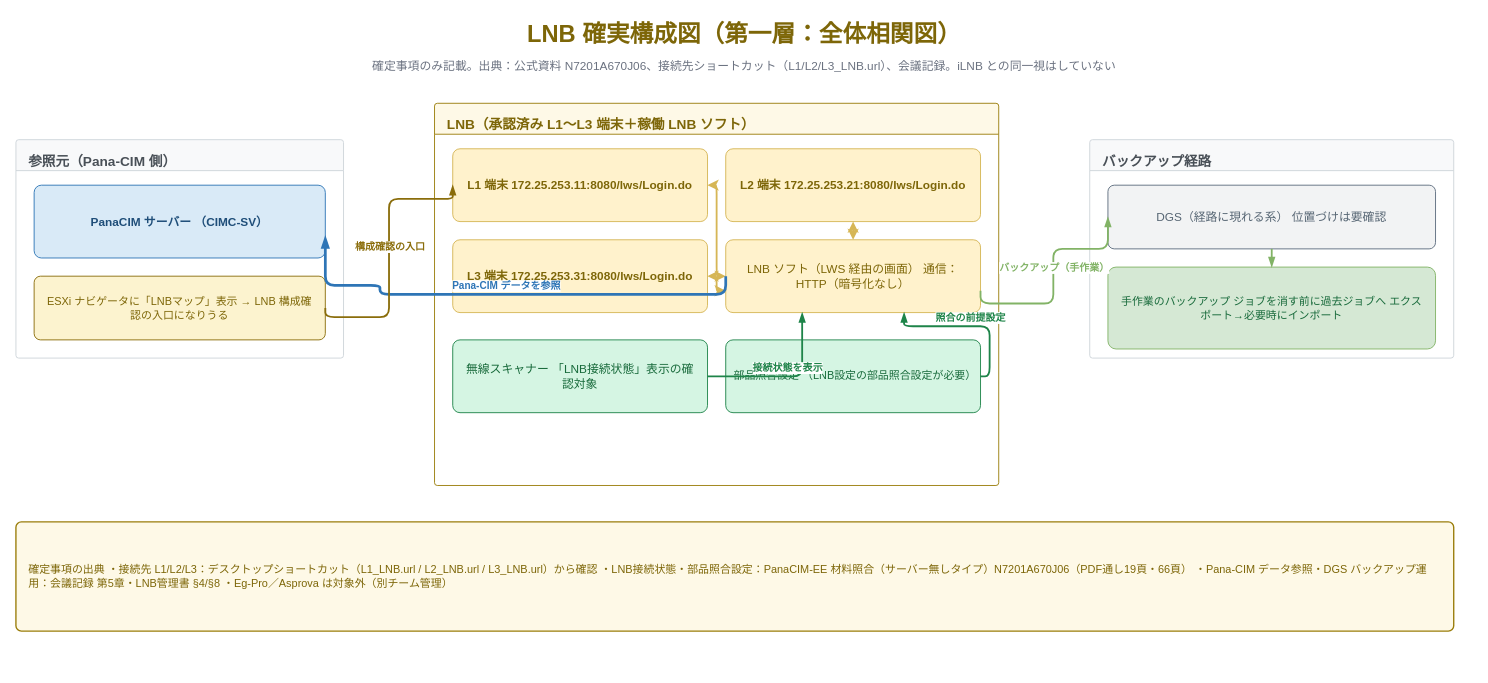
nk-shino/work_vault keeps this draw.io diagram as page "第一層_全体相関図" (1 of 2) of workvault-sync/10_業務全般/PanaCIM_LNB/LNB_確実構成図.drawio. Above is the earlier version. Source tidied: cells renumbered, new cells numbered last; positions are measured from the earlier drawing's top-left corner, leaving out a move shared by most shapes. Both pictures are drawn from the tidied source at 91%, with x=0, y=0 at pixel (15, 15).
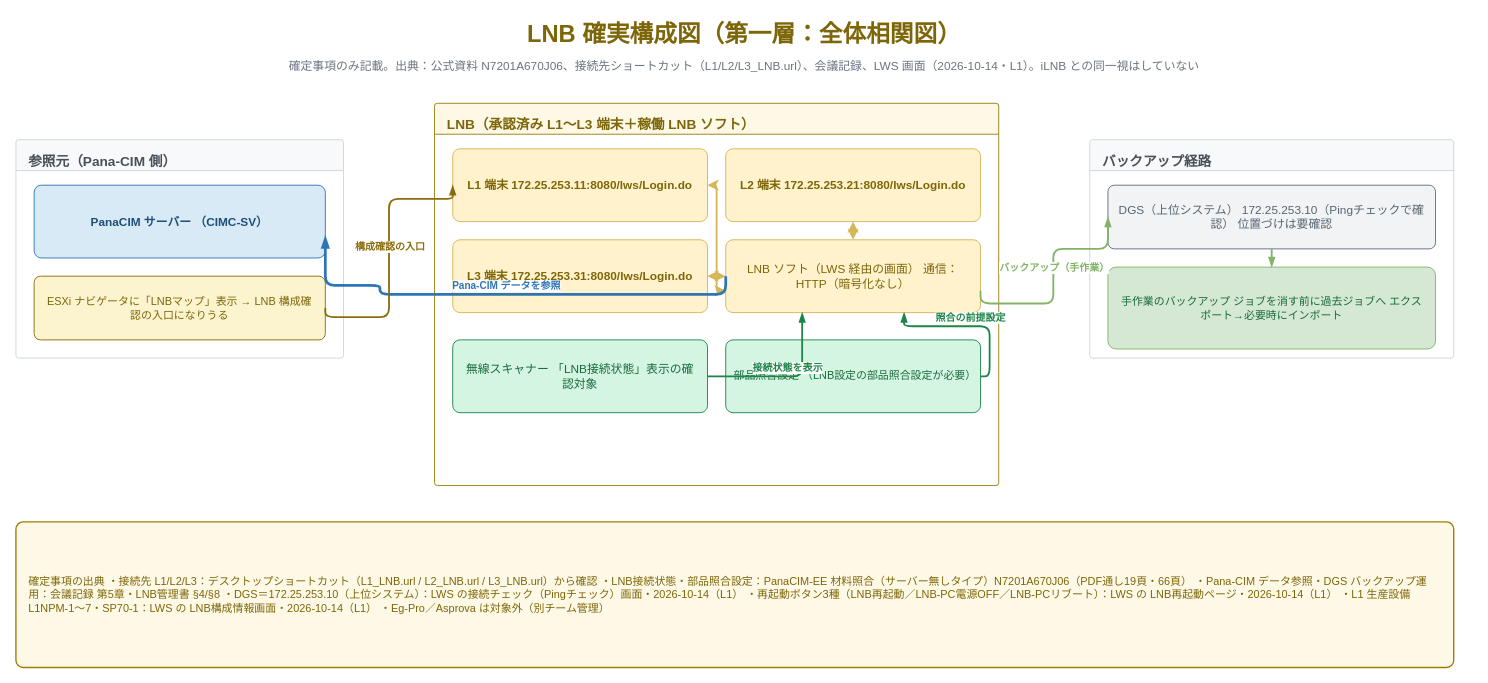
The same page after the edit.

The change refers to these unchanged cells:
```xml
<mxCell id="14" value="バックアップ経路" style="swimlane;whiteSpace=wrap;html=1;fontFamily=Meiryo;startSize=34;fillColor=#F8F9FA;strokeColor=#CED4DA;fontColor=#495057;fontSize=15;fontStyle=1;verticalAlign=top;align=left;spacingLeft=12;spacingTop=8;rounded=1;arcSize=3;" parent="1" vertex="1">
  <mxGeometry x="1180" y="136" width="400" height="240" as="geometry" />
</mxCell>
```

Diff of the diagram source:
```diff
@@
-    <mxCell id="3" value="確定事項のみ記載。出典：公式資料 N7201A670J06、接続先ショートカット（L1/L2/L3_LNB.url）、会議記録。iLNB との同一視はしていない" style="text;html=1;fontFamily=Meiryo;fontSize=13;align=center;verticalAlign=middle;fontColor=#6B7280;" parent="1" vertex="1">
+    <mxCell id="3" value="確定事項のみ記載。出典：公式資料 N7201A670J06、接続先ショートカット（L1/L2/L3_LNB.url）、会議記録、LWS 画面（2026-10-14・L1）。iLNB との同一視はしていない" style="text;html=1;fontFamily=Meiryo;fontSize=13;align=center;verticalAlign=middle;fontColor=#6B7280;" parent="1" vertex="1">
       <mxGeometry y="42" width="1600" height="26" as="geometry" />
     </mxCell>
@@
-    <mxCell id="15" value="DGS（経路に現れる系） 位置づけは要確認" style="rounded=1;whiteSpace=wrap;html=1;fontFamily=Meiryo;fillColor=#F2F3F4;strokeColor=#5D6D7E;fontColor=#566573;fontSize=13;arcSize=10;verticalAlign=middle;spacingLeft=8;spacingRight=8;spacingTop=4;spacingBottom=4;" parent="14" vertex="1">
+    <mxCell id="15" value="DGS（上位システム） 172.25.253.10（Pingチェックで確認） 位置づけは要確認" style="rounded=1;whiteSpace=wrap;html=1;fontFamily=Meiryo;fillColor=#F2F3F4;strokeColor=#5D6D7E;fontColor=#566573;fontSize=13;arcSize=10;verticalAlign=middle;spacingLeft=8;spacingRight=8;spacingTop=4;spacingBottom=4;" parent="14" vertex="1">
       <mxGeometry x="20" y="50" width="360" height="70" as="geometry" />
     </mxCell>
@@
-    <mxCell id="30" value="確定事項の出典 ・接続先 L1/L2/L3：デスクトップショートカット（L1_LNB.url / L2_LNB.url / L3_LNB.url）から確認 ・LNB接続状態・部品照合設定：PanaCIM-EE 材料照合（サーバー無しタイプ）N7201A670J06（PDF通し19頁・66頁） ・Pana-CIM データ参照・DGS バックアップ運用：会議記録 第5章・LNB管理書 §4/§8 ・Eg-Pro／Asprova は対象外（別チーム管理）" style="rounded=1;whiteSpace=wrap;html=1;fontFamily=Meiryo;fillColor=#FEF9E7;strokeColor=#9A7D0A;strokeWidth=1.5;fontSize=12;align=left;spacingLeft=12;spacingRight=12;verticalAlign=middle;fontColor=#7D6608;arcSize=5;" parent="1" vertex="1">
-      <mxGeometry y="556" width="1580" height="120" as="geometry" />
+    <mxCell id="30" value="確定事項の出典 ・接続先 L1/L2/L3：デスクトップショートカット（L1_LNB.url / L2_LNB.url / L3_LNB.url）から確認 ・LNB接続状態・部品照合設定：PanaCIM-EE 材料照合（サーバー無しタイプ）N7201A670J06（PDF通し19頁・66頁） ・Pana-CIM データ参照・DGS バックアップ運用：会議記録 第5章・LNB管理書 §4/§8 ・DGS＝172.25.253.10（上位システム）：LWS の接続チェック（Pingチェック）画面・2026-10-14（L1） ・再起動ボタン3種（LNB再起動／LNB-PC電源OFF／LNB-PCリブート）：LWS の LNB再起動ページ・2026-10-14（L1） ・L1 生産設備 L1NPM-1〜7・SP70-1：LWS の LNB構成情報画面・2026-10-14（L1） ・Eg-Pro／Asprova は対象外（別チーム管理）" style="rounded=1;whiteSpace=wrap;html=1;fontFamily=Meiryo;fillColor=#FEF9E7;strokeColor=#9A7D0A;strokeWidth=1.5;fontSize=12;align=left;spacingLeft=12;spacingRight=12;verticalAlign=middle;fontColor=#7D6608;arcSize=5;" parent="1" vertex="1">
+      <mxGeometry y="556" width="1580" height="160" as="geometry" />
     </mxCell>
```
